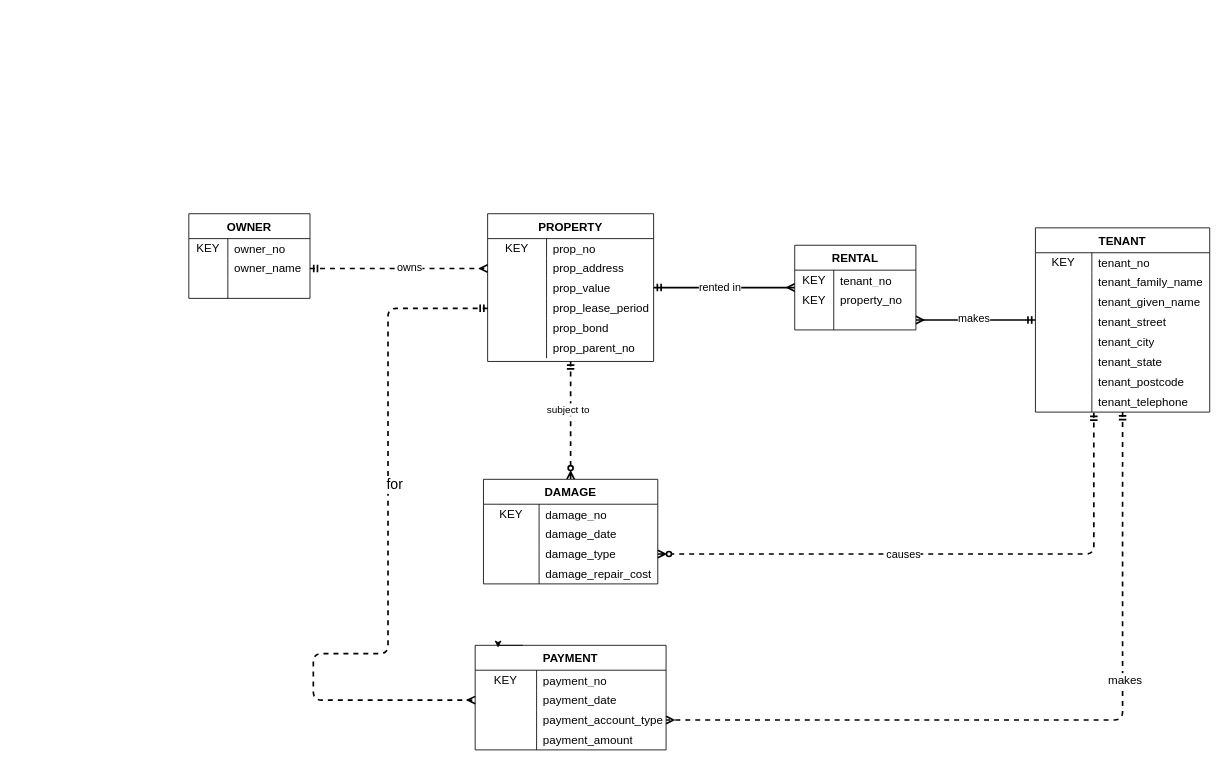
This is Applied/App02/prs_conceptual.drawio from riabansal27/databases-project, a draw.io file, before an edit. Source tidied: cells renumbered, new cells numbered last; positions are measured from the earlier drawing's top-left corner, leaving out a move shared by most shapes. Both pictures are drawn from the tidied source at 83%, with x=0, y=0 at pixel (188, 213).
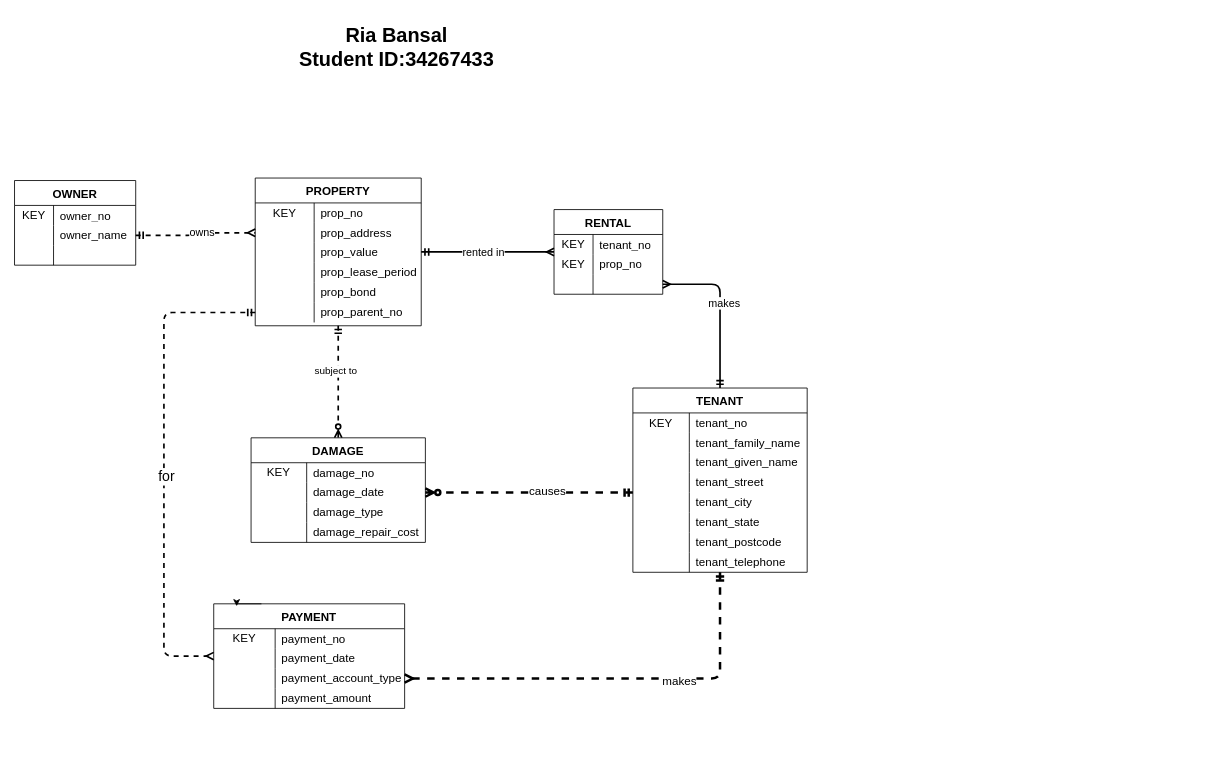
Above is the later version.

Commit message (it also covers changes not shown here):
changed the formatting of the model

Unchanged cells that the change refers to:
```xml
<mxCell id="16" style="shape=tableRow;horizontal=0;startSize=0;swimlaneHead=0;swimlaneBody=0;top=0;left=0;bottom=0;right=0;fillColor=none;points=[[0,0.5],[1,0.5]];portConstraint=eastwest;strokeColor=inherit;fontSize=16;" parent="12" vertex="1">
  <mxGeometry y="54" width="230" height="24" as="geometry" />
</mxCell>
<mxCell id="19" style="shape=tableRow;horizontal=0;startSize=0;swimlaneHead=0;swimlaneBody=0;top=0;left=0;bottom=0;right=0;fillColor=none;points=[[0,0.5],[1,0.5]];portConstraint=eastwest;strokeColor=inherit;fontSize=16;" parent="12" vertex="1">
  <mxGeometry y="78" width="230" height="24" as="geometry" />
</mxCell>
<mxCell id="39" style="shape=tableRow;horizontal=0;startSize=0;swimlaneHead=0;swimlaneBody=0;top=0;left=0;bottom=0;right=0;fillColor=none;points=[[0,0.5],[1,0.5]];portConstraint=eastwest;strokeColor=inherit;fontSize=16;" parent="29" vertex="1">
  <mxGeometry y="102" width="200" height="24" as="geometry" />
</mxCell>
<mxCell id="45" style="shape=tableRow;horizontal=0;startSize=0;swimlaneHead=0;swimlaneBody=0;top=0;left=0;bottom=0;right=0;fillColor=none;points=[[0,0.5],[1,0.5]];portConstraint=eastwest;strokeColor=inherit;fontSize=16;" parent="29" vertex="1">
  <mxGeometry y="150" width="200" height="24" as="geometry" />
</mxCell>
<mxCell id="68" style="shape=tableRow;horizontal=0;startSize=0;swimlaneHead=0;swimlaneBody=0;top=0;left=0;bottom=0;right=0;fillColor=none;points=[[0,0.5],[1,0.5]];portConstraint=eastwest;strokeColor=inherit;fontSize=16;" parent="58" vertex="1">
  <mxGeometry y="102" width="210" height="24" as="geometry" />
</mxCell>
<mxCell id="80" style="shape=tableRow;horizontal=0;startSize=0;swimlaneHead=0;swimlaneBody=0;top=0;left=0;bottom=0;right=0;fillColor=none;points=[[0,0.5],[1,0.5]];portConstraint=eastwest;strokeColor=inherit;fontSize=16;" parent="58" vertex="1">
  <mxGeometry y="198" width="210" height="24" as="geometry" />
</mxCell>
<mxCell id="87" style="shape=tableRow;horizontal=0;startSize=0;swimlaneHead=0;swimlaneBody=0;top=0;left=0;bottom=0;right=0;fillColor=none;points=[[0,0.5],[1,0.5]];portConstraint=eastwest;strokeColor=inherit;fontSize=16;" parent="83" vertex="1">
  <mxGeometry y="54" width="210" height="24" as="geometry" />
</mxCell>
<mxCell id="90" style="shape=tableRow;horizontal=0;startSize=0;swimlaneHead=0;swimlaneBody=0;top=0;left=0;bottom=0;right=0;fillColor=none;points=[[0,0.5],[1,0.5]];portConstraint=eastwest;strokeColor=inherit;fontSize=16;" parent="83" vertex="1">
  <mxGeometry y="78" width="210" height="24" as="geometry" />
</mxCell>
```

Change to the diagram source:
```diff
@@
     <mxCell id="2" value="OWNER" style="shape=table;startSize=30;childLayout=tableLayout;rowLines=0;fontStyle=1;fontSize=14;strokeWidth=1;rounded=0;" parent="1" vertex="1">
-      <mxGeometry width="146" height="102" as="geometry" />
+      <mxGeometry x="-210" y="-40" width="146" height="102" as="geometry" />
     </mxCell>
@@
     <mxCell id="12" value="PAYMENT" style="shape=table;startSize=30;childLayout=tableLayout;rowLines=0;fontStyle=1;fontSize=14;strokeWidth=1;rounded=0;" parent="1" vertex="1">
-      <mxGeometry x="345" y="520" width="230" height="126" as="geometry" />
+      <mxGeometry x="30" y="470" width="230" height="126" as="geometry" />
     </mxCell>
@@
     <mxCell id="29" value="PROPERTY" style="shape=table;startSize=30;childLayout=tableLayout;rowLines=0;fontStyle=1;fontSize=14;strokeWidth=1;rounded=0;" parent="1" vertex="1">
-      <mxGeometry x="360" width="200" height="178" as="geometry" />
+      <mxGeometry x="80" y="-43" width="200" height="178" as="geometry" />
     </mxCell>
@@
     <mxCell id="48" value="RENTAL" style="shape=table;startSize=30;childLayout=tableLayout;rowLines=0;fontStyle=1;fontSize=14;strokeWidth=1;rounded=0;" parent="1" vertex="1">
-      <mxGeometry x="730" y="38" width="146" height="102" as="geometry" />
+      <mxGeometry x="440" y="-5" width="131" height="102" as="geometry" />
     </mxCell>
     <mxCell id="49" style="shape=tableRow;horizontal=0;startSize=0;swimlaneHead=0;swimlaneBody=0;top=0;left=0;bottom=0;right=0;fillColor=none;strokeColor=inherit;fontSize=16;" parent="48" vertex="1">
-      <mxGeometry y="30" width="146" height="24" as="geometry" />
+      <mxGeometry y="30" width="131" height="24" as="geometry" />
     </mxCell>
@@
     <mxCell id="51" value="&lt;div style=&quot;line-height: 100%;&quot;&gt;tenant_no&lt;/div&gt;" style="shape=partialRectangle;html=1;whiteSpace=wrap;fillColor=none;top=0;left=0;bottom=0;right=0;align=left;spacingLeft=6;overflow=hidden;strokeColor=inherit;fontSize=14;spacing=2;spacingBottom=0;" parent="49" vertex="1">
-      <mxGeometry x="47" width="99" height="24" as="geometry" />
+      <mxGeometry x="47" width="84" height="24" as="geometry" />
     </mxCell>
     <mxCell id="52" style="shape=tableRow;horizontal=0;startSize=0;swimlaneHead=0;swimlaneBody=0;top=0;left=0;bottom=0;right=0;fillColor=none;strokeColor=inherit;fontSize=16;" parent="48" vertex="1">
-      <mxGeometry y="54" width="146" height="24" as="geometry" />
+      <mxGeometry y="54" width="131" height="24" as="geometry" />
     </mxCell>
@@
-    <mxCell id="54" value="property_no" style="shape=partialRectangle;html=1;whiteSpace=wrap;fillColor=none;top=0;left=0;bottom=0;right=0;align=left;spacingLeft=6;overflow=hidden;strokeColor=inherit;fontSize=14;" parent="52" vertex="1">
-      <mxGeometry x="47" width="99" height="24" as="geometry" />
+    <mxCell id="54" value="prop_no" style="shape=partialRectangle;html=1;whiteSpace=wrap;fillColor=none;top=0;left=0;bottom=0;right=0;align=left;spacingLeft=6;overflow=hidden;strokeColor=inherit;fontSize=14;" parent="52" vertex="1">
+      <mxGeometry x="47" width="84" height="24" as="geometry" />
     </mxCell>
     <mxCell id="55" style="shape=tableRow;horizontal=0;startSize=0;swimlaneHead=0;swimlaneBody=0;top=0;left=0;bottom=0;right=0;fillColor=none;points=[[0,0.5],[1,0.5]];portConstraint=eastwest;strokeColor=inherit;fontSize=16;" parent="48" vertex="1">
-      <mxGeometry y="78" width="146" height="24" as="geometry" />
+      <mxGeometry y="78" width="131" height="24" as="geometry" />
     </mxCell>
@@
     <mxCell id="57" style="shape=partialRectangle;html=1;whiteSpace=wrap;fillColor=none;top=0;left=0;bottom=0;right=0;align=left;spacingLeft=6;overflow=hidden;strokeColor=inherit;fontSize=14;" parent="55" vertex="1">
-      <mxGeometry x="47" width="99" height="24" as="geometry" />
+      <mxGeometry x="47" width="84" height="24" as="geometry" />
     </mxCell>
     <mxCell id="58" value="TENANT" style="shape=table;startSize=30;childLayout=tableLayout;rowLines=0;fontStyle=1;fontSize=14;strokeWidth=1;rounded=0;" parent="1" vertex="1">
-      <mxGeometry x="1020" y="17" width="210" height="222" as="geometry" />
+      <mxGeometry x="535" y="210" width="210" height="222" as="geometry" />
     </mxCell>
@@
     <mxCell id="83" value="DAMAGE" style="shape=table;startSize=30;childLayout=tableLayout;rowLines=0;fontStyle=1;fontSize=14;strokeWidth=1;rounded=0;" parent="1" vertex="1">
-      <mxGeometry x="355" y="320" width="210" height="126" as="geometry" />
+      <mxGeometry x="75" y="270" width="210" height="126" as="geometry" />
     </mxCell>
@@
-    <mxCell id="100" style="endArrow=ERmany;endFill=0;startArrow=ERmandOne;startFill=0;dashed=1;edgeStyle=orthogonalEdgeStyle;strokeWidth=2;" parent="1" edge="1" source="58" target="19">
+    <mxCell id="100" style="endArrow=ERmany;endFill=0;startArrow=ERmandOne;startFill=0;dashed=1;edgeStyle=orthogonalEdgeStyle;strokeWidth=3;" parent="1" edge="1" source="58" target="19">
       <mxGeometry relative="1" as="geometry" />
     </mxCell>
@@
-    <mxCell id="102" style="endArrow=ERzeroToMany;endFill=0;startArrow=ERmandOne;startFill=0;dashed=1;edgeStyle=orthogonalEdgeStyle;strokeWidth=2;exitX=0.335;exitY=1.028;exitDx=0;exitDy=0;exitPerimeter=0;" parent="1" edge="1" source="80" target="90">
-      <mxGeometry relative="1" as="geometry" />
-    </mxCell>
+    <mxCell id="104" style="edgeStyle=orthogonalEdgeStyle;rounded=0;orthogonalLoop=1;jettySize=auto;html=1;exitX=0.25;exitY=0;exitDx=0;exitDy=0;entryX=0.12;entryY=0.023;entryDx=0;entryDy=0;entryPerimeter=0;" parent="1" edge="1" source="12" target="12">
+      <mxGeometry relative="1" as="geometry" />
+    </mxCell>
+    <mxCell id="107" value="Ria Bansal&lt;div&gt;Student ID:34267433&lt;/div&gt;" style="text;strokeColor=none;fillColor=none;html=1;fontSize=24;fontStyle=1;verticalAlign=middle;align=center;" parent="1" vertex="1">
+      <mxGeometry x="130" y="-240" width="240" height="80" as="geometry" />
+    </mxCell>
+    <mxCell id="108" style="endArrow=ERmany;endFill=0;startArrow=ERmandOne;startFill=0;dashed=1;edgeStyle=orthogonalEdgeStyle;strokeWidth=2;" parent="1" edge="1" source="45" target="12">
+      <mxGeometry relative="1" as="geometry">
+        <Array as="points">
+          <mxPoint x="-30" y="119" />
+          <mxPoint x="-30" y="533" />
+        </Array>
+      </mxGeometry>
+    </mxCell>
+    <mxCell id="106" value="for" style="edgeLabel;html=1;align=center;verticalAlign=middle;fontSize=17;" parent="108" vertex="1">
+      <mxGeometry x="0.05" y="2" relative="1" as="geometry" />
+    </mxCell>
+    <mxCell id="109" style="endArrow=ERzeroToMany;endFill=0;startArrow=ERmandOne;startFill=0;dashed=1;edgeStyle=orthogonalEdgeStyle;strokeWidth=3;" parent="1" edge="1" source="68" target="87">
+      <mxGeometry relative="1" as="geometry">
+        <Array as="points">
+          <mxPoint x="480" y="336" />
+          <mxPoint x="480" y="336" />
+        </Array>
+      </mxGeometry>
+    </mxCell>
-    <mxCell id="103" value="causes" style="edgeLabel;html=1;align=center;verticalAlign=middle;fontSize=13;" parent="102" vertex="1">
-      <mxGeometry x="0.15" y="-1" relative="1" as="geometry" />
+    <mxCell id="103" value="causes" style="edgeLabel;html=1;align=center;verticalAlign=middle;fontSize=14;" parent="109" vertex="1">
+      <mxGeometry x="-0.17" y="-3" relative="1" as="geometry" />
     </mxCell>
-    <mxCell id="104" style="edgeStyle=orthogonalEdgeStyle;rounded=0;orthogonalLoop=1;jettySize=auto;html=1;exitX=0.25;exitY=0;exitDx=0;exitDy=0;entryX=0.12;entryY=0.023;entryDx=0;entryDy=0;entryPerimeter=0;" parent="1" edge="1" source="12" target="12">
-      <mxGeometry relative="1" as="geometry" />
-    </mxCell>
-    <mxCell id="105" style="endArrow=ERmany;endFill=0;startArrow=ERmandOne;startFill=0;dashed=1;edgeStyle=orthogonalEdgeStyle;strokeWidth=2;" parent="1" edge="1" source="39" target="16">
-      <mxGeometry relative="1" as="geometry">
-        <Array as="points">
-          <mxPoint x="240" y="114" />
-          <mxPoint x="240" y="530" />
-          <mxPoint x="150" y="530" />
-          <mxPoint x="150" y="586" />
-        </Array>
-      </mxGeometry>
-    </mxCell>
-    <mxCell id="106" value="for" style="edgeLabel;html=1;align=center;verticalAlign=middle;fontSize=17;" parent="105" vertex="1">
-      <mxGeometry x="-0.24" y="7" relative="1" as="geometry">
-        <mxPoint y="-1" as="offset" />
-      </mxGeometry>
-    </mxCell>
```
